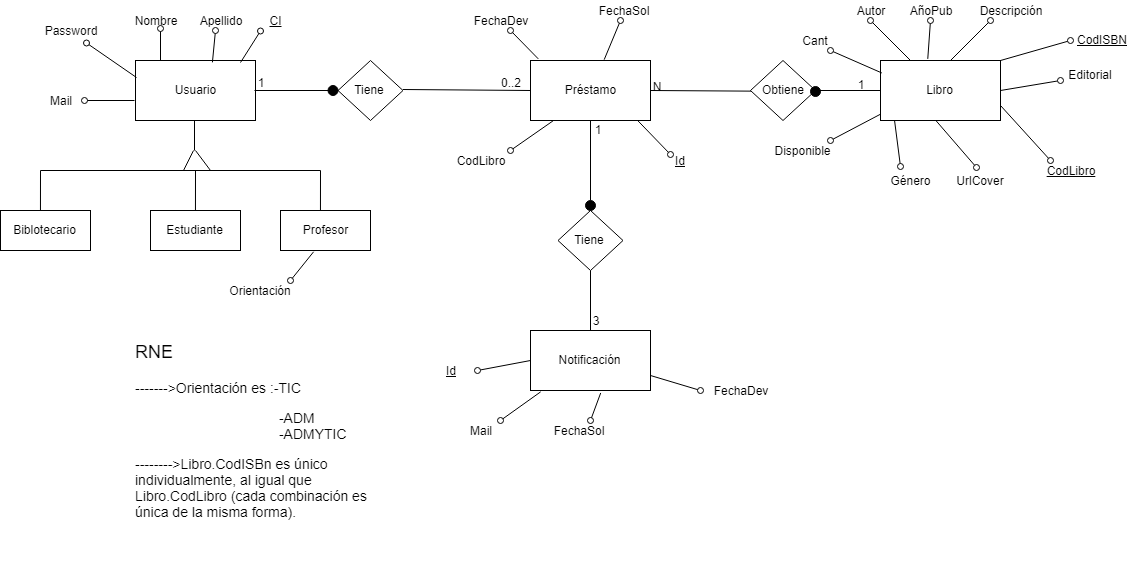
The draw.io diagram MER.png in SofiaRey/finalProject2019, before a commit. Source tidied: cells renumbered, new cells last; positions are measured from the earlier drawing's top-left corner, leaving out a move shared by most shapes.
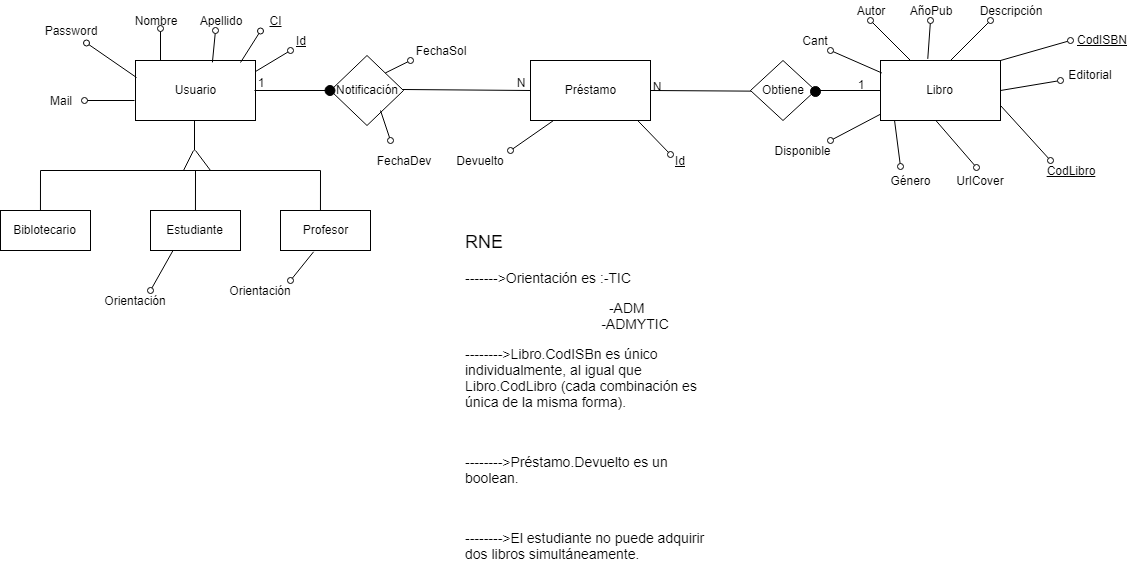
The same file after the commit.

Commit message:
MER actualizado

The edit, as a diff of the source:
```diff
@@ -55,8 +55,8 @@
     <mxCell id="13" value="Préstamo" style="rounded=0;whiteSpace=wrap;html=1;" parent="1" vertex="1">
       <mxGeometry x="530" y="60" width="120" height="60" as="geometry" />
     </mxCell>
-    <mxCell id="14" value="Tiene" style="rhombus;whiteSpace=wrap;html=1;" parent="1" vertex="1">
-      <mxGeometry x="337.5" y="60" width="65" height="60" as="geometry" />
+    <mxCell id="14" value="Notificación" style="rhombus;whiteSpace=wrap;html=1;" parent="1" vertex="1">
+      <mxGeometry x="330" y="55" width="73" height="70" as="geometry" />
     </mxCell>
     <mxCell id="15" style="endArrow=none;html=1;entryX=0;entryY=0.5;entryDx=0;entryDy=0;" parent="1" edge="1" source="20" target="14">
       <mxGeometry relative="1" as="geometry" />
@@ -66,20 +66,14 @@
         <mxPoint x="402.5" y="89" as="sourcePoint" />
       </mxGeometry>
     </mxCell>
-    <mxCell id="17" style="endArrow=none;html=1;entryX=0.5;entryY=1;entryDx=0;entryDy=0;" parent="1" edge="1" source="23" target="13">
-      <mxGeometry relative="1" as="geometry" />
-    </mxCell>
     <mxCell id="18" style="endArrow=none;html=1;" parent="1" edge="1">
       <mxGeometry relative="1" as="geometry">
         <mxPoint x="183" y="170" as="sourcePoint" />
         <mxPoint x="193" y="150" as="targetPoint" />
       </mxGeometry>
     </mxCell>
-    <mxCell id="19" value="Tiene" style="rhombus;whiteSpace=wrap;html=1;" parent="1" vertex="1">
-      <mxGeometry x="557.5" y="210" width="65" height="60" as="geometry" />
-    </mxCell>
     <mxCell id="20" style="ellipse;whiteSpace=wrap;html=1;fillColor=#000000;" parent="1" vertex="1">
-      <mxGeometry x="327.5" y="85" width="10" height="10" as="geometry" />
+      <mxGeometry x="324.5" y="85" width="10" height="10" as="geometry" />
     </mxCell>
     <mxCell id="21" style="endArrow=none;html=1;" parent="1" edge="1">
       <mxGeometry relative="1" as="geometry">
@@ -87,25 +81,12 @@
         <mxPoint x="329" y="90" as="targetPoint" />
       </mxGeometry>
     </mxCell>
-    <mxCell id="22" style="endArrow=none;html=1;entryX=0.5;entryY=1;entryDx=0;entryDy=0;" parent="1" edge="1" target="19">
-      <mxGeometry relative="1" as="geometry">
-        <mxPoint x="590" y="330" as="sourcePoint" />
-      </mxGeometry>
-    </mxCell>
-    <mxCell id="23" style="ellipse;whiteSpace=wrap;html=1;fillColor=#000000;" parent="1" vertex="1">
-      <mxGeometry x="585" y="200" width="10" height="10" as="geometry" />
-    </mxCell>
-    <mxCell id="24" style="endArrow=none;html=1;entryX=0.5;entryY=1;entryDx=0;entryDy=0;" parent="1" edge="1" target="23">
+    <mxCell id="24" style="endArrow=none;html=1;entryX=0.5;entryY=1;entryDx=0;entryDy=0;" parent="1" edge="1">
       <mxGeometry relative="1" as="geometry">
         <mxPoint x="590" y="210" as="sourcePoint" />
+        <mxPoint x="590" y="210" as="targetPoint" />
       </mxGeometry>
     </mxCell>
-    <mxCell id="25" value="Notificación" style="rounded=0;whiteSpace=wrap;html=1;fillColor=#FFFFFF;" parent="1" vertex="1">
-      <mxGeometry x="530" y="330" width="120" height="60" as="geometry" />
-    </mxCell>
-    <mxCell id="26" value="3" style="text;html=1;strokeColor=none;fillColor=none;align=center;verticalAlign=middle;whiteSpace=wrap;rounded=0;" parent="1" vertex="1">
-      <mxGeometry x="575" y="310" width="40" height="20" as="geometry" />
-    </mxCell>
     <mxCell id="27" value="Obtiene" style="rhombus;whiteSpace=wrap;html=1;" parent="1" vertex="1">
       <mxGeometry x="750" y="60" width="65" height="60" as="geometry" />
     </mxCell>
@@ -169,8 +150,8 @@
     <mxCell id="41" value="Mail" style="text;html=1;strokeColor=none;fillColor=none;align=center;verticalAlign=middle;whiteSpace=wrap;rounded=0;" parent="1" vertex="1">
       <mxGeometry x="40" y="90" width="40" height="20" as="geometry" />
     </mxCell>
-    <mxCell id="42" value="0..2" style="text;html=1;strokeColor=none;fillColor=none;align=center;verticalAlign=middle;whiteSpace=wrap;rounded=0;" parent="1" vertex="1">
-      <mxGeometry x="490" y="72" width="40" height="20" as="geometry" />
+    <mxCell id="42" value="N" style="text;html=1;strokeColor=none;fillColor=none;align=center;verticalAlign=middle;whiteSpace=wrap;rounded=0;" parent="1" vertex="1">
+      <mxGeometry x="499.5" y="72" width="40" height="20" as="geometry" />
     </mxCell>
     <mxCell id="43" value="N&lt;br&gt;" style="text;html=1;strokeColor=none;fillColor=none;align=center;verticalAlign=middle;whiteSpace=wrap;rounded=0;" parent="1" vertex="1">
       <mxGeometry x="636" y="76" width="40" height="20" as="geometry" />
@@ -178,66 +159,11 @@
     <mxCell id="44" value="1&lt;br&gt;" style="text;html=1;strokeColor=none;fillColor=none;align=center;verticalAlign=middle;whiteSpace=wrap;rounded=0;" parent="1" vertex="1">
       <mxGeometry x="840" y="74" width="40" height="20" as="geometry" />
     </mxCell>
-    <mxCell id="45" value="1&lt;br&gt;" style="text;html=1;strokeColor=none;fillColor=none;align=center;verticalAlign=middle;whiteSpace=wrap;rounded=0;" parent="1" vertex="1">
-      <mxGeometry x="576.5" y="119" width="40" height="20" as="geometry" />
-    </mxCell>
-    <mxCell id="46" style="endArrow=oval;html=1;exitX=0;exitY=0.5;exitDx=0;exitDy=0;endFill=0;" parent="1" edge="1" source="25">
-      <mxGeometry relative="1" as="geometry">
-        <mxPoint x="477" y="370" as="targetPoint" />
-      </mxGeometry>
-    </mxCell>
-    <mxCell id="47" style="endArrow=oval;html=1;exitX=0.085;exitY=1.022;exitDx=0;exitDy=0;exitPerimeter=0;endFill=0;" parent="1" edge="1" source="25">
-      <mxGeometry relative="1" as="geometry">
-        <mxPoint x="500" y="420" as="targetPoint" />
-      </mxGeometry>
-    </mxCell>
-    <mxCell id="48" style="endArrow=oval;html=1;exitX=1;exitY=0.75;exitDx=0;exitDy=0;endFill=0;" parent="1" edge="1" source="25">
-      <mxGeometry relative="1" as="geometry">
-        <mxPoint x="700" y="390" as="targetPoint" />
-      </mxGeometry>
-    </mxCell>
-    <mxCell id="49" style="endArrow=oval;html=1;exitX=0.585;exitY=1.041;exitDx=0;exitDy=0;exitPerimeter=0;endFill=0;" parent="1" edge="1" source="25">
-      <mxGeometry relative="1" as="geometry">
-        <mxPoint x="590" y="420" as="targetPoint" />
-      </mxGeometry>
-    </mxCell>
-    <mxCell id="50" value="&lt;u&gt;Id&lt;/u&gt;" style="text;html=1;strokeColor=none;fillColor=none;align=center;verticalAlign=middle;whiteSpace=wrap;rounded=0;" parent="1" vertex="1">
-      <mxGeometry x="430" y="360" width="40" height="20" as="geometry" />
-    </mxCell>
-    <mxCell id="51" value="Mail" style="text;html=1;strokeColor=none;fillColor=none;align=center;verticalAlign=middle;whiteSpace=wrap;rounded=0;" parent="1" vertex="1">
-      <mxGeometry x="460" y="420" width="40" height="20" as="geometry" />
-    </mxCell>
-    <mxCell id="52" value="FechaSol" style="text;html=1;strokeColor=none;fillColor=none;align=center;verticalAlign=middle;whiteSpace=wrap;rounded=0;" parent="1" vertex="1">
-      <mxGeometry x="557.5" y="420" width="40" height="20" as="geometry" />
-    </mxCell>
-    <mxCell id="53" value="FechaDev" style="text;html=1;strokeColor=none;fillColor=none;align=center;verticalAlign=middle;whiteSpace=wrap;rounded=0;" parent="1" vertex="1">
-      <mxGeometry x="720" y="380" width="40" height="20" as="geometry" />
-    </mxCell>
-    <mxCell id="54" style="endArrow=oval;html=1;exitX=0.065;exitY=-0.027;exitDx=0;exitDy=0;endFill=0;exitPerimeter=0;" parent="1" edge="1" source="13">
-      <mxGeometry relative="1" as="geometry">
-        <mxPoint x="510" y="30" as="targetPoint" />
-      </mxGeometry>
-    </mxCell>
-    <mxCell id="55" style="endArrow=oval;html=1;exitX=0.614;exitY=-0.047;exitDx=0;exitDy=0;endFill=0;exitPerimeter=0;" parent="1" edge="1">
-      <mxGeometry relative="1" as="geometry">
-        <mxPoint x="603.7" y="59.2" as="sourcePoint" />
-        <mxPoint x="620" y="20" as="targetPoint" />
-      </mxGeometry>
-    </mxCell>
     <mxCell id="56" style="endArrow=oval;html=1;exitX=0.192;exitY=1;exitDx=0;exitDy=0;endFill=0;exitPerimeter=0;" parent="1" edge="1" source="13">
       <mxGeometry relative="1" as="geometry">
         <mxPoint x="510" y="150" as="targetPoint" />
       </mxGeometry>
     </mxCell>
-    <mxCell id="57" value="FechaDev" style="text;html=1;strokeColor=none;fillColor=none;align=center;verticalAlign=middle;whiteSpace=wrap;rounded=0;" parent="1" vertex="1">
-      <mxGeometry x="480" y="10" width="40" height="20" as="geometry" />
-    </mxCell>
-    <mxCell id="58" value="FechaSol" style="text;html=1;strokeColor=none;fillColor=none;align=center;verticalAlign=middle;whiteSpace=wrap;rounded=0;" parent="1" vertex="1">
-      <mxGeometry x="602.5" width="40" height="20" as="geometry" />
-    </mxCell>
-    <mxCell id="59" value="CodLibro" style="text;html=1;strokeColor=none;fillColor=none;align=center;verticalAlign=middle;whiteSpace=wrap;rounded=0;" parent="1" vertex="1">
-      <mxGeometry x="460" y="150" width="40" height="20" as="geometry" />
-    </mxCell>
     <mxCell id="60" style="endArrow=oval;html=1;exitX=0.889;exitY=0.992;exitDx=0;exitDy=0;endFill=0;exitPerimeter=0;" parent="1" edge="1" source="13">
       <mxGeometry relative="1" as="geometry">
         <mxPoint x="670" y="154" as="targetPoint" />
@@ -249,8 +175,8 @@
     <mxCell id="62" value="1" style="text;html=1;strokeColor=none;fillColor=none;align=center;verticalAlign=middle;whiteSpace=wrap;rounded=0;" parent="1" vertex="1">
       <mxGeometry x="240" y="72" width="40" height="20" as="geometry" />
     </mxCell>
-    <mxCell id="63" value="&lt;h1&gt;&lt;span style=&quot;font-weight: 400&quot;&gt;&lt;font style=&quot;font-size: 18px&quot;&gt;RNE&lt;/font&gt;&lt;/span&gt;&lt;/h1&gt;&lt;h1 style=&quot;font-size: 14px&quot;&gt;&lt;font style=&quot;font-size: 14px&quot;&gt;&lt;span style=&quot;font-weight: normal&quot;&gt;-------&amp;gt;Orientación es :-TIC&lt;/span&gt;&lt;br&gt;&lt;/font&gt;&lt;/h1&gt;&lt;p style=&quot;font-size: 14px&quot;&gt;&lt;font style=&quot;font-size: 14px&quot;&gt;&amp;nbsp; &amp;nbsp; &amp;nbsp; &amp;nbsp; &amp;nbsp; &amp;nbsp; &amp;nbsp; &amp;nbsp; &amp;nbsp; &amp;nbsp; &amp;nbsp; &amp;nbsp; &amp;nbsp; &amp;nbsp; &amp;nbsp; &amp;nbsp; &amp;nbsp; &amp;nbsp; &amp;nbsp;-ADM&amp;nbsp; &amp;nbsp; &amp;nbsp; &amp;nbsp; &amp;nbsp; &amp;nbsp; &amp;nbsp; &amp;nbsp; &amp;nbsp; &amp;nbsp; &amp;nbsp; &amp;nbsp; &amp;nbsp; &amp;nbsp; &amp;nbsp; &amp;nbsp; &amp;nbsp; &amp;nbsp; &amp;nbsp; &amp;nbsp; &amp;nbsp; &amp;nbsp; &amp;nbsp; &amp;nbsp; &amp;nbsp; &amp;nbsp; &amp;nbsp; &amp;nbsp;-ADMYTIC&lt;/font&gt;&lt;/p&gt;&lt;p style=&quot;font-size: 14px&quot;&gt;&lt;font style=&quot;font-size: 14px&quot;&gt;--------&amp;gt;Libro.CodISBn es único individualmente, al igual que Libro.CodLibro (cada combinación es única de la misma forma).&lt;/font&gt;&lt;/p&gt;" style="text;html=1;strokeColor=none;fillColor=none;spacing=5;spacingTop=-20;whiteSpace=wrap;overflow=hidden;rounded=0;" parent="1" vertex="1">
-      <mxGeometry x="130" y="330" width="260" height="230" as="geometry" />
+    <mxCell id="63" value="&lt;h1&gt;&lt;span style=&quot;font-weight: 400&quot;&gt;&lt;font style=&quot;font-size: 18px&quot;&gt;RNE&lt;/font&gt;&lt;/span&gt;&lt;/h1&gt;&lt;h1 style=&quot;font-size: 14px&quot;&gt;&lt;font style=&quot;font-size: 14px&quot;&gt;&lt;span style=&quot;font-weight: normal&quot;&gt;-------&amp;gt;Orientación es :-TIC&lt;/span&gt;&lt;br&gt;&lt;/font&gt;&lt;/h1&gt;&lt;p style=&quot;font-size: 14px&quot;&gt;&lt;font style=&quot;font-size: 14px&quot;&gt;&amp;nbsp; &amp;nbsp; &amp;nbsp; &amp;nbsp; &amp;nbsp; &amp;nbsp; &amp;nbsp; &amp;nbsp; &amp;nbsp; &amp;nbsp; &amp;nbsp; &amp;nbsp; &amp;nbsp; &amp;nbsp; &amp;nbsp; &amp;nbsp; &amp;nbsp; &amp;nbsp; &amp;nbsp;-ADM&amp;nbsp; &amp;nbsp; &amp;nbsp; &amp;nbsp; &amp;nbsp; &amp;nbsp; &amp;nbsp; &amp;nbsp; &amp;nbsp; &amp;nbsp; &amp;nbsp; &amp;nbsp; &amp;nbsp; &amp;nbsp; &amp;nbsp; &amp;nbsp; &amp;nbsp; &amp;nbsp; &amp;nbsp; &amp;nbsp; &amp;nbsp; &amp;nbsp; &amp;nbsp; &amp;nbsp; &amp;nbsp; &amp;nbsp; &amp;nbsp; &amp;nbsp;-ADMYTIC&lt;/font&gt;&lt;/p&gt;&lt;p style=&quot;font-size: 14px&quot;&gt;&lt;font style=&quot;font-size: 14px&quot;&gt;--------&amp;gt;Libro.CodISBn es único individualmente, al igual que Libro.CodLibro (cada combinación es única de la misma forma).&lt;/font&gt;&lt;/p&gt;&lt;p style=&quot;font-size: 14px&quot;&gt;&lt;br&gt;&lt;/p&gt;&lt;p style=&quot;font-size: 14px&quot;&gt;--------&amp;gt;Préstamo.Devuelto es un boolean.&lt;/p&gt;&lt;p style=&quot;font-size: 14px&quot;&gt;&lt;br&gt;&lt;/p&gt;&lt;p style=&quot;font-size: 14px&quot;&gt;--------&amp;gt;El estudiante no puede adquirir dos libros simultáneamente.&amp;nbsp;&amp;nbsp;&lt;/p&gt;&lt;p style=&quot;font-size: 14px&quot;&gt;&amp;nbsp;&lt;/p&gt;&lt;p style=&quot;font-size: 14px&quot;&gt;&lt;br&gt;&lt;/p&gt;" style="text;html=1;strokeColor=none;fillColor=none;spacing=5;spacingTop=-20;whiteSpace=wrap;overflow=hidden;rounded=0;" parent="1" vertex="1">
+      <mxGeometry x="460" y="220" width="270" height="360" as="geometry" />
     </mxCell>
     <mxCell id="64" style="endArrow=oval;html=1;exitX=0.109;exitY=1.071;exitDx=0;exitDy=0;endFill=0;exitPerimeter=0;" parent="1" edge="1">
       <mxGeometry relative="1" as="geometry">
@@ -339,5 +265,42 @@
     <mxCell id="84" style="ellipse;whiteSpace=wrap;html=1;fillColor=#000000;" parent="1" vertex="1">
       <mxGeometry x="810" y="86" width="10" height="10" as="geometry" />
     </mxCell>
+    <mxCell id="85" style="endArrow=oval;html=1;exitX=0.875;exitY=0.167;exitDx=0;exitDy=0;exitPerimeter=0;endFill=0;" parent="1" edge="1">
+      <mxGeometry relative="1" as="geometry">
+        <mxPoint x="255" y="71" as="sourcePoint" />
+        <mxPoint x="290" y="50" as="targetPoint" />
+      </mxGeometry>
+    </mxCell>
+    <mxCell id="50" value="&lt;u&gt;Id&lt;/u&gt;" style="text;html=1;strokeColor=none;fillColor=none;align=center;verticalAlign=middle;whiteSpace=wrap;rounded=0;" parent="1" vertex="1">
+      <mxGeometry x="280" y="30" width="40" height="20" as="geometry" />
+    </mxCell>
+    <mxCell id="86" value="Devuelto" style="text;html=1;strokeColor=none;fillColor=none;align=center;verticalAlign=middle;whiteSpace=wrap;rounded=0;" parent="1" vertex="1">
+      <mxGeometry x="460" y="150" width="40" height="20" as="geometry" />
+    </mxCell>
+    <mxCell id="87" style="endArrow=oval;html=1;exitX=1;exitY=0;exitDx=0;exitDy=0;endFill=0;" parent="1" edge="1" source="14">
+      <mxGeometry relative="1" as="geometry">
+        <mxPoint x="410" y="60" as="targetPoint" />
+      </mxGeometry>
+    </mxCell>
+    <mxCell id="88" style="endArrow=oval;html=1;exitX=1;exitY=0.75;exitDx=0;exitDy=0;endFill=0;" parent="1" edge="1">
+      <mxGeometry relative="1" as="geometry">
+        <mxPoint x="380" y="110" as="sourcePoint" />
+        <mxPoint x="390" y="140" as="targetPoint" />
+      </mxGeometry>
+    </mxCell>
+    <mxCell id="89" value="FechaDev" style="text;html=1;strokeColor=none;fillColor=none;align=center;verticalAlign=middle;whiteSpace=wrap;rounded=0;" parent="1" vertex="1">
+      <mxGeometry x="382.5" y="150" width="40" height="20" as="geometry" />
+    </mxCell>
+    <mxCell id="90" value="FechaSol" style="text;html=1;strokeColor=none;fillColor=none;align=center;verticalAlign=middle;whiteSpace=wrap;rounded=0;" parent="1" vertex="1">
+      <mxGeometry x="420" y="40" width="40" height="20" as="geometry" />
+    </mxCell>
+    <mxCell id="91" style="endArrow=oval;html=1;exitX=0.25;exitY=1;exitDx=0;exitDy=0;endFill=0;" parent="1" edge="1" source="5">
+      <mxGeometry relative="1" as="geometry">
+        <mxPoint x="150" y="290" as="targetPoint" />
+      </mxGeometry>
+    </mxCell>
+    <mxCell id="92" value="Orientación" style="text;html=1;strokeColor=none;fillColor=none;align=center;verticalAlign=middle;whiteSpace=wrap;rounded=0;" parent="1" vertex="1">
+      <mxGeometry x="115" y="290" width="40" height="20" as="geometry" />
+    </mxCell>
   </root>
 </mxGraphModel>
```
